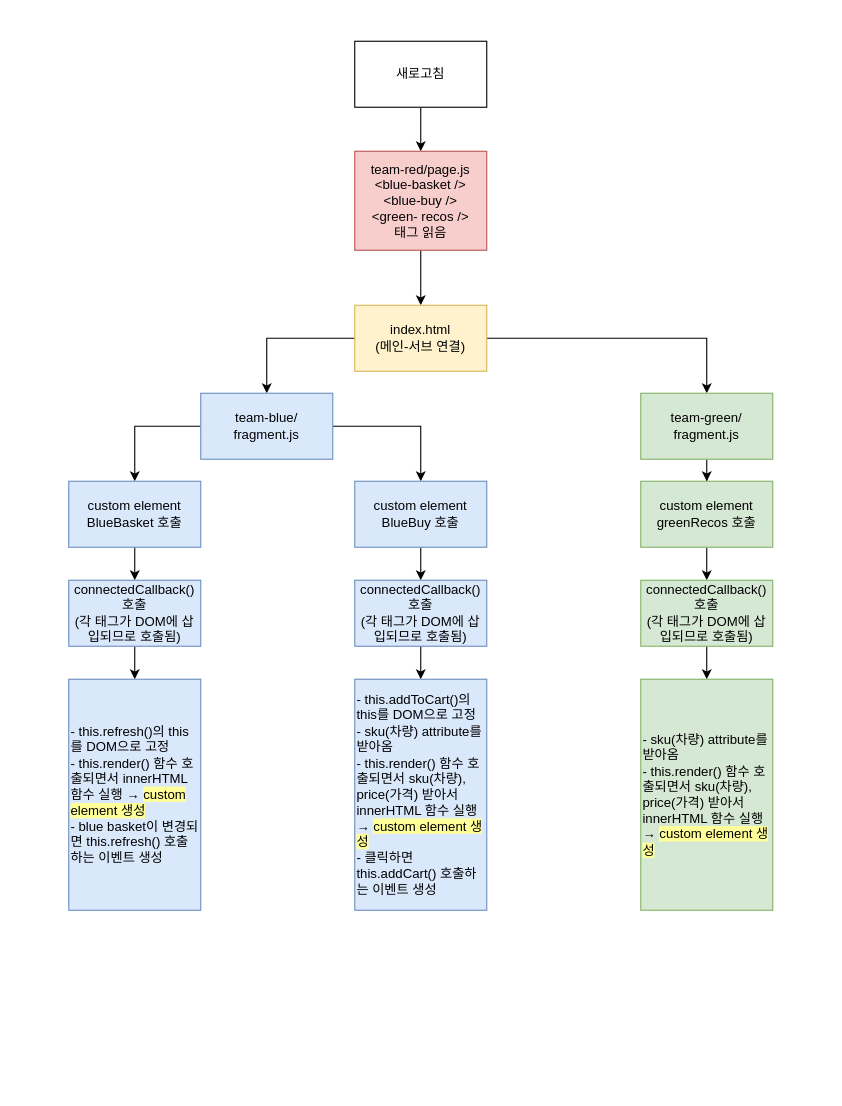
Before: micro-frontend-lifecycle.drawio in unuhqueen/Micro-Frontend, a draw.io diagram. Source tidied: cells renumbered, new cells numbered last; positions are measured from the earlier drawing's top-left corner, leaving out a move shared by most shapes. Both pictures are drawn from the tidied source at 110%, with x=0, y=0 at pixel (68, 41).
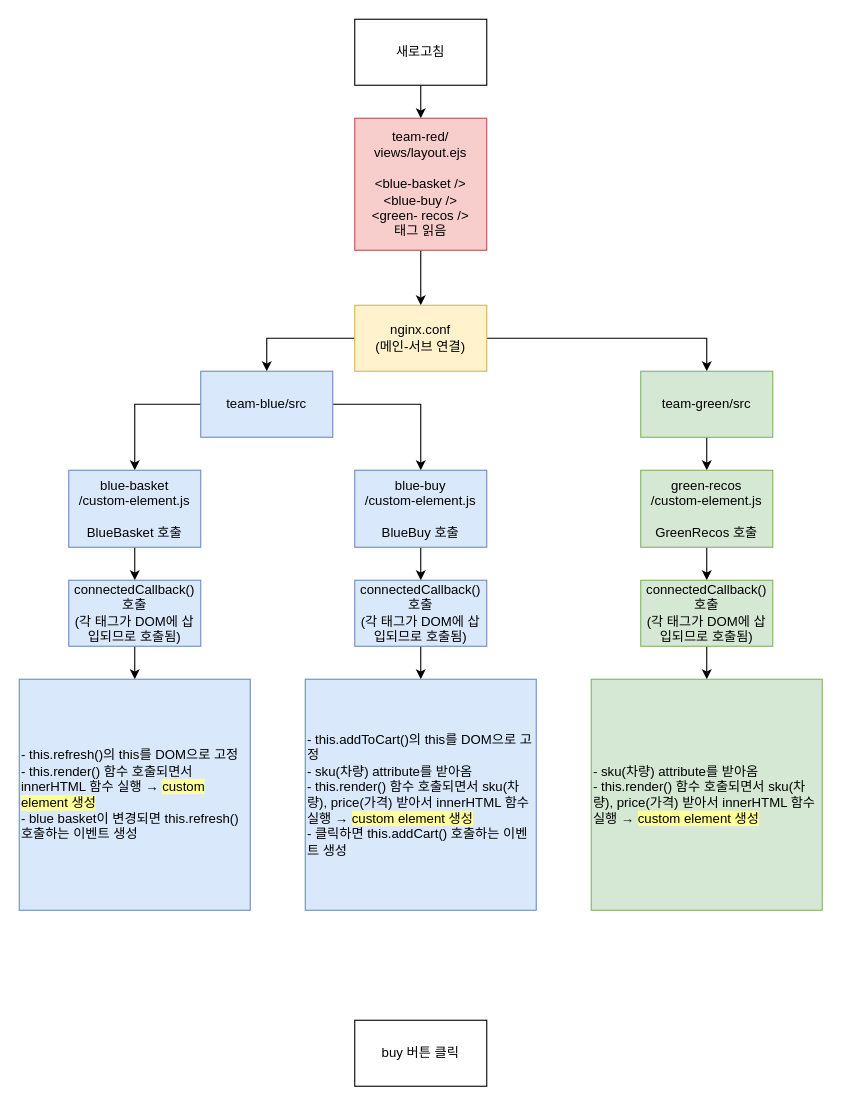
Above is the later version.

Change to the diagram source:
```diff
@@
     <mxCell id="3" value="새로고침" style="rounded=0;whiteSpace=wrap;html=1;" parent="1" vertex="1">
-      <mxGeometry x="260" width="120" height="60" as="geometry" />
+      <mxGeometry x="260" y="-20" width="120" height="60" as="geometry" />
     </mxCell>
@@
-    <mxCell id="5" value="team-red/page.js&lt;br&gt;&amp;lt;blue-basket /&amp;gt;&lt;br&gt;&amp;lt;blue-buy /&amp;gt;&lt;br&gt;&amp;lt;green- recos /&amp;gt;&lt;br&gt;태그 읽음" style="rounded=0;whiteSpace=wrap;html=1;fillColor=#f8cecc;strokeColor=#b85450;" parent="1" vertex="1">
-      <mxGeometry x="260" y="100" width="120" height="90" as="geometry" />
+    <mxCell id="5" value="team-red/&lt;br&gt;views/layout.ejs&lt;br&gt;&lt;br&gt;&amp;lt;blue-basket /&amp;gt;&lt;br&gt;&amp;lt;blue-buy /&amp;gt;&lt;br&gt;&amp;lt;green- recos /&amp;gt;&lt;br&gt;태그 읽음" style="rounded=0;whiteSpace=wrap;html=1;fillColor=#f8cecc;strokeColor=#b85450;" parent="1" vertex="1">
+      <mxGeometry x="260" y="70" width="120" height="120" as="geometry" />
     </mxCell>
@@
-    <mxCell id="8" value="index.html&lt;br&gt;(메인-서브 연결)" style="rounded=0;whiteSpace=wrap;html=1;fillColor=#fff2cc;strokeColor=#d6b656;" parent="1" vertex="1">
+    <mxCell id="8" value="nginx.conf&lt;br&gt;(메인-서브 연결)" style="rounded=0;whiteSpace=wrap;html=1;fillColor=#fff2cc;strokeColor=#d6b656;" parent="1" vertex="1">
       <mxGeometry x="260" y="240" width="120" height="60" as="geometry" />
     </mxCell>
@@
-    <mxCell id="11" value="team-blue/&lt;br&gt;fragment.js" style="rounded=0;whiteSpace=wrap;html=1;fillColor=#dae8fc;strokeColor=#6c8ebf;" parent="1" vertex="1">
-      <mxGeometry x="120" y="320" width="120" height="60" as="geometry" />
+    <mxCell id="11" value="team-blue/src" style="rounded=0;whiteSpace=wrap;html=1;fillColor=#dae8fc;strokeColor=#6c8ebf;" parent="1" vertex="1">
+      <mxGeometry x="120" y="300" width="120" height="60" as="geometry" />
     </mxCell>
@@
-    <mxCell id="13" value="team-green/&lt;br&gt;fragment.js" style="rounded=0;whiteSpace=wrap;html=1;fillColor=#d5e8d4;strokeColor=#82b366;" parent="1" vertex="1">
-      <mxGeometry x="520" y="320" width="120" height="60" as="geometry" />
+    <mxCell id="13" value="team-green/src" style="rounded=0;whiteSpace=wrap;html=1;fillColor=#d5e8d4;strokeColor=#82b366;" parent="1" vertex="1">
+      <mxGeometry x="520" y="300" width="120" height="60" as="geometry" />
     </mxCell>
@@
-    <mxCell id="15" value="custom element&lt;br&gt;BlueBasket 호출" style="rounded=0;whiteSpace=wrap;html=1;fillColor=#dae8fc;strokeColor=#6c8ebf;" parent="1" vertex="1">
-      <mxGeometry y="400" width="120" height="60" as="geometry" />
+    <mxCell id="15" value="blue-basket&lt;br&gt;/custom-element.js&lt;br&gt;&lt;br&gt;BlueBasket 호출" style="rounded=0;whiteSpace=wrap;html=1;fillColor=#dae8fc;strokeColor=#6c8ebf;" parent="1" vertex="1">
+      <mxGeometry y="390" width="120" height="70" as="geometry" />
     </mxCell>
@@
-    <mxCell id="17" value="custom element&lt;br&gt;BlueBuy 호출" style="rounded=0;whiteSpace=wrap;html=1;fillColor=#dae8fc;strokeColor=#6c8ebf;" parent="1" vertex="1">
-      <mxGeometry x="260" y="400" width="120" height="60" as="geometry" />
+    <mxCell id="17" value="blue-buy&lt;br&gt;/custom-element.js&lt;br&gt;&lt;br&gt;BlueBuy 호출" style="rounded=0;whiteSpace=wrap;html=1;fillColor=#dae8fc;strokeColor=#6c8ebf;" parent="1" vertex="1">
+      <mxGeometry x="260" y="390" width="120" height="70" as="geometry" />
     </mxCell>
@@
-    <mxCell id="19" value="custom element&lt;br&gt;greenRecos 호출" style="rounded=0;whiteSpace=wrap;html=1;fillColor=#d5e8d4;strokeColor=#82b366;" parent="1" vertex="1">
-      <mxGeometry x="520" y="400" width="120" height="60" as="geometry" />
+    <mxCell id="19" value="green-recos&lt;br&gt;/custom-element.js&lt;br&gt;&lt;br&gt;GreenRecos 호출" style="rounded=0;whiteSpace=wrap;html=1;fillColor=#d5e8d4;strokeColor=#82b366;" parent="1" vertex="1">
+      <mxGeometry x="520" y="390" width="120" height="70" as="geometry" />
     </mxCell>
@@
     <mxCell id="26" value="- this.refresh()의 this를 DOM으로 고정&lt;br&gt;- this.render() 함수 호출되면서 innerHTML 함수 실행 → &lt;span style=&quot;background-color: rgb(255 , 255 , 153)&quot;&gt;custom element 생성&lt;/span&gt;&lt;br&gt;- blue basket이 변경되면 this.refresh() 호출하는 이벤트 생성" style="rounded=0;whiteSpace=wrap;html=1;fillColor=#dae8fc;strokeColor=#6c8ebf;align=left;" parent="1" vertex="1">
-      <mxGeometry y="580" width="120" height="210" as="geometry" />
+      <mxGeometry x="-45" y="580" width="210" height="210" as="geometry" />
     </mxCell>
     <mxCell id="27" value="- this.addToCart()의 this를 DOM으로 고정&lt;br&gt;- sku(차량) attribute를 받아옴&lt;br&gt;- this.render() 함수 호출되면서 sku(차량), price(가격) 받아서 innerHTML 함수 실행 →&amp;nbsp;&lt;span style=&quot;background-color: rgb(255 , 255 , 153)&quot;&gt;custom element 생성&lt;/span&gt;&lt;br&gt;- 클릭하면 this.addCart() 호출하는 이벤트 생성" style="rounded=0;whiteSpace=wrap;html=1;fillColor=#dae8fc;strokeColor=#6c8ebf;align=left;" parent="1" vertex="1">
-      <mxGeometry x="260" y="580" width="120" height="210" as="geometry" />
+      <mxGeometry x="215" y="580" width="210" height="210" as="geometry" />
     </mxCell>
     <mxCell id="28" value="- sku(차량) attribute를 받아옴&lt;br&gt;- this.render() 함수 호출되면서 sku(차량), price(가격) 받아서 innerHTML 함수 실행 →&amp;nbsp;&lt;span style=&quot;background-color: rgb(255 , 255 , 153)&quot;&gt;custom element 생성&lt;/span&gt;" style="rounded=0;whiteSpace=wrap;html=1;fillColor=#d5e8d4;strokeColor=#82b366;align=left;" parent="1" vertex="1">
-      <mxGeometry x="520" y="580" width="120" height="210" as="geometry" />
+      <mxGeometry x="475" y="580" width="210" height="210" as="geometry" />
     </mxCell>
+    <mxCell id="29" value="buy 버튼 클릭" style="rounded=0;whiteSpace=wrap;html=1;" parent="1" vertex="1">
+      <mxGeometry x="260" y="890" width="120" height="60" as="geometry" />
+    </mxCell>
```
